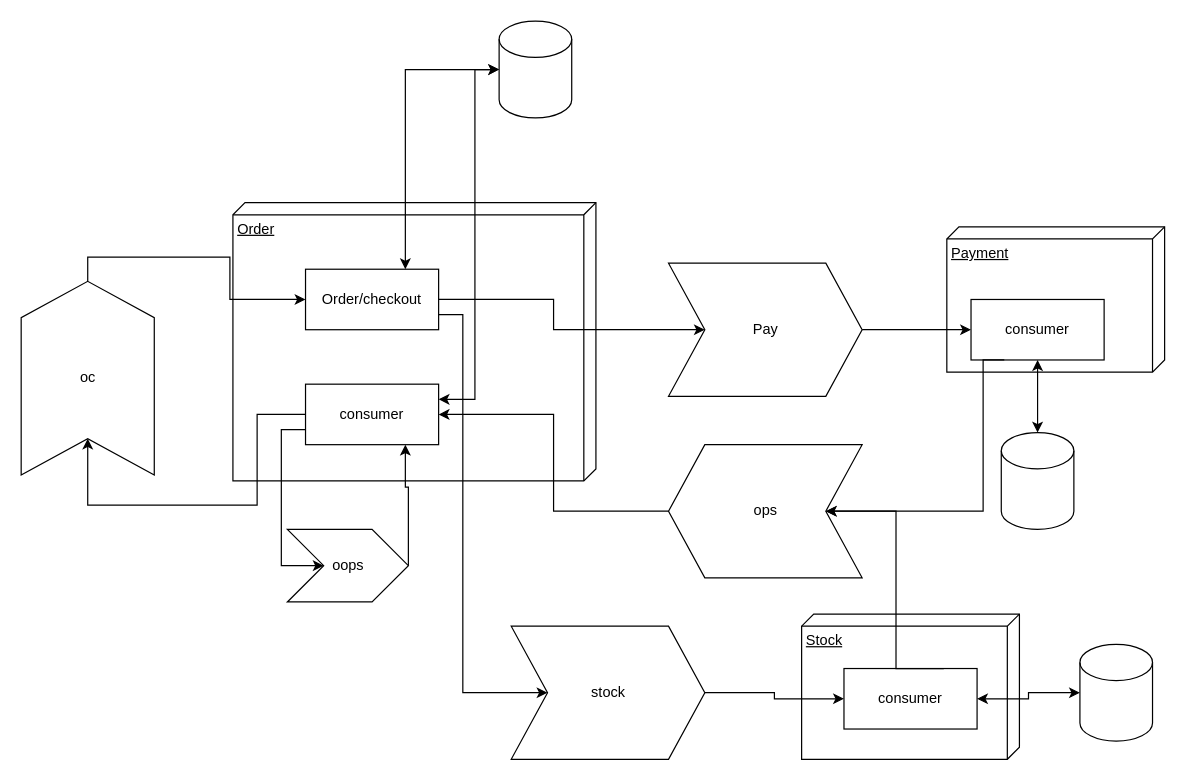
Above: docs/kafka topics.drawio in eexuan99/wdm-project-group-8 (draw.io), before the change. Source tidied: cells renumbered, new cells numbered last; positions are measured from the earlier drawing's top-left corner, leaving out a move shared by most shapes. Both pictures are drawn from the tidied source at 121%, with x=0, y=0 at pixel (21, 21).
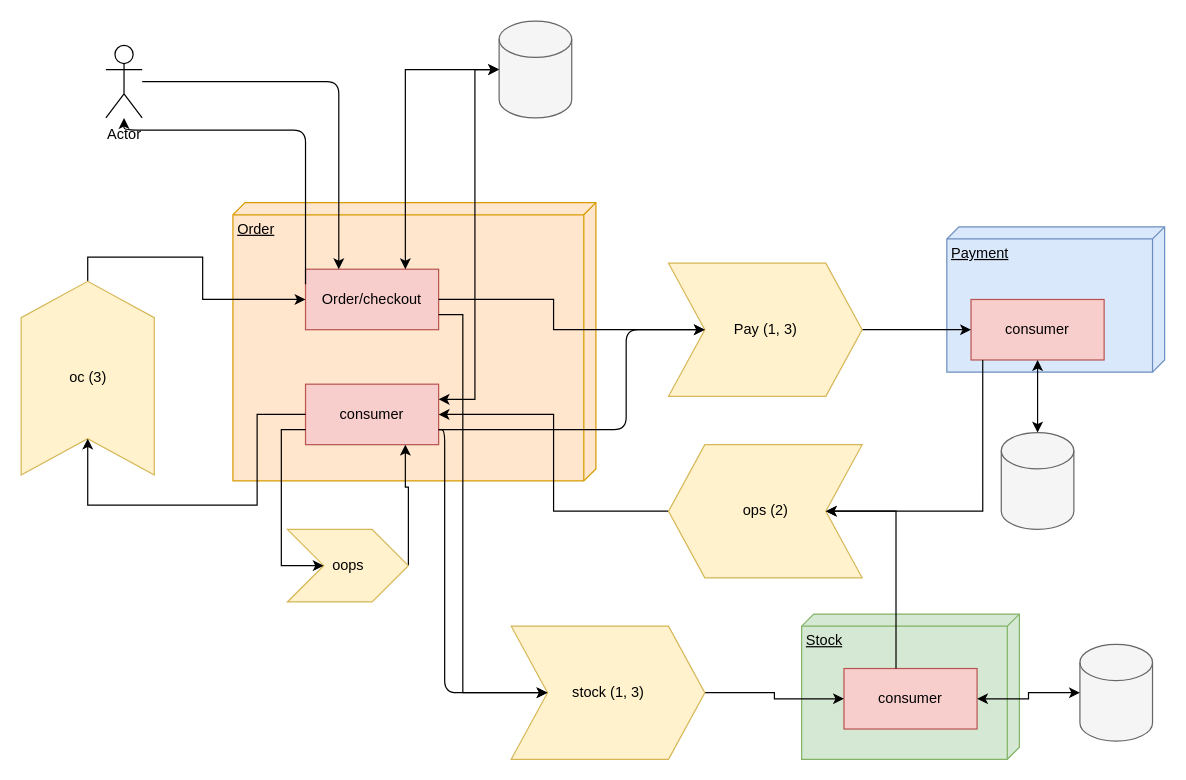
The same page after the edit.

Commit message:
made picture colorful

The change refers to these unchanged cells:
```xml
<mxCell id="2" style="group;" parent="1" vertex="1">
  <mxGeometry x="645" y="490" width="180" height="120" as="geometry" />
</mxCell>
<mxCell id="5" style="group;" parent="1" vertex="1">
  <mxGeometry x="765" y="170" width="180" height="120" as="geometry" />
</mxCell>
<mxCell id="8" style="group;" parent="1" vertex="1">
  <mxGeometry x="175" y="150" width="300" height="230" as="geometry" />
</mxCell>
```

What changed in the source:
```diff
@@
-    <mxCell id="3" value="Stock" style="verticalAlign=top;align=left;spacingTop=8;spacingLeft=2;spacingRight=12;shape=cube;size=10;direction=south;fontStyle=4;html=1;whiteSpace=wrap;" parent="2" vertex="1">
+    <mxCell id="3" value="Stock" style="verticalAlign=top;align=left;spacingTop=8;spacingLeft=2;spacingRight=12;shape=cube;size=10;direction=south;fontStyle=4;html=1;whiteSpace=wrap;fillColor=#d5e8d4;strokeColor=#82b366;" parent="2" vertex="1">
       <mxGeometry width="180" height="120" as="geometry" />
     </mxCell>
-    <mxCell id="4" value="consumer" style="html=1;whiteSpace=wrap;" parent="2" vertex="1">
+    <mxCell id="4" value="consumer" style="html=1;whiteSpace=wrap;fillColor=#f8cecc;strokeColor=#b85450;" parent="2" vertex="1">
       <mxGeometry x="35" y="45" width="110" height="50" as="geometry" />
     </mxCell>
@@
-    <mxCell id="6" value="Payment" style="verticalAlign=top;align=left;spacingTop=8;spacingLeft=2;spacingRight=12;shape=cube;size=10;direction=south;fontStyle=4;html=1;whiteSpace=wrap;" parent="5" vertex="1">
+    <mxCell id="6" value="Payment" style="verticalAlign=top;align=left;spacingTop=8;spacingLeft=2;spacingRight=12;shape=cube;size=10;direction=south;fontStyle=4;html=1;whiteSpace=wrap;fillColor=#dae8fc;strokeColor=#6c8ebf;" parent="5" vertex="1">
       <mxGeometry width="180" height="120" as="geometry" />
     </mxCell>
-    <mxCell id="7" value="consumer" style="html=1;whiteSpace=wrap;" parent="5" vertex="1">
+    <mxCell id="7" value="consumer" style="html=1;whiteSpace=wrap;fillColor=#f8cecc;strokeColor=#b85450;" parent="5" vertex="1">
       <mxGeometry x="20" y="60" width="110" height="50" as="geometry" />
     </mxCell>
@@
-    <mxCell id="9" value="Order" style="verticalAlign=top;align=left;spacingTop=8;spacingLeft=2;spacingRight=12;shape=cube;size=10;direction=south;fontStyle=4;html=1;whiteSpace=wrap;" parent="8" vertex="1">
+    <mxCell id="9" value="Order" style="verticalAlign=top;align=left;spacingTop=8;spacingLeft=2;spacingRight=12;shape=cube;size=10;direction=south;fontStyle=4;html=1;whiteSpace=wrap;fillColor=#ffe6cc;strokeColor=#d79b00;" parent="8" vertex="1">
       <mxGeometry width="300" height="230" as="geometry" />
     </mxCell>
-    <mxCell id="10" value="Order/checkout" style="html=1;whiteSpace=wrap;" parent="8" vertex="1">
+    <mxCell id="10" value="Order/checkout" style="html=1;whiteSpace=wrap;fillColor=#f8cecc;strokeColor=#b85450;" parent="8" vertex="1">
       <mxGeometry x="60" y="55" width="110" height="50" as="geometry" />
     </mxCell>
-    <mxCell id="11" value="consumer" style="html=1;whiteSpace=wrap;" parent="8" vertex="1">
+    <mxCell id="11" value="consumer" style="html=1;whiteSpace=wrap;fillColor=#f8cecc;strokeColor=#b85450;" parent="8" vertex="1">
       <mxGeometry x="60" y="150" width="110" height="50" as="geometry" />
     </mxCell>
@@
-    <mxCell id="13" style="shape=cylinder3;whiteSpace=wrap;html=1;boundedLbl=1;backgroundOutline=1;size=15;" parent="1" vertex="1">
+    <mxCell id="13" style="shape=cylinder3;whiteSpace=wrap;html=1;boundedLbl=1;backgroundOutline=1;size=15;fillColor=#f5f5f5;fontColor=#333333;strokeColor=#666666;" parent="1" vertex="1">
       <mxGeometry x="395" width="60" height="80" as="geometry" />
     </mxCell>
-    <mxCell id="14" style="shape=cylinder3;whiteSpace=wrap;html=1;boundedLbl=1;backgroundOutline=1;size=15;" parent="1" vertex="1">
+    <mxCell id="14" style="shape=cylinder3;whiteSpace=wrap;html=1;boundedLbl=1;backgroundOutline=1;size=15;fillColor=#f5f5f5;fontColor=#333333;strokeColor=#666666;" parent="1" vertex="1">
       <mxGeometry x="875" y="515" width="60" height="80" as="geometry" />
     </mxCell>
@@
-    <mxCell id="16" style="shape=cylinder3;whiteSpace=wrap;html=1;boundedLbl=1;backgroundOutline=1;size=15;" parent="1" vertex="1">
+    <mxCell id="16" style="shape=cylinder3;whiteSpace=wrap;html=1;boundedLbl=1;backgroundOutline=1;size=15;fillColor=#f5f5f5;fontColor=#333333;strokeColor=#666666;" parent="1" vertex="1">
       <mxGeometry x="810" y="340" width="60" height="80" as="geometry" />
     </mxCell>
@@
-    <mxCell id="19" value="Pay" style="html=1;shadow=0;dashed=0;align=center;verticalAlign=middle;shape=mxgraph.arrows2.arrow;dy=0;dx=30;notch=30;" parent="1" vertex="1">
+    <mxCell id="19" value="Pay (1, 3)" style="html=1;shadow=0;dashed=0;align=center;verticalAlign=middle;shape=mxgraph.arrows2.arrow;dy=0;dx=30;notch=30;fillColor=#fff2cc;strokeColor=#d6b656;" parent="1" vertex="1">
       <mxGeometry x="535" y="200" width="160" height="110" as="geometry" />
     </mxCell>
@@
-    <mxCell id="22" value="ops" style="html=1;shadow=0;dashed=0;align=center;verticalAlign=middle;shape=mxgraph.arrows2.arrow;dy=0;dx=30;notch=30;direction=west;" parent="1" vertex="1">
+    <mxCell id="22" value="ops (2)" style="html=1;shadow=0;dashed=0;align=center;verticalAlign=middle;shape=mxgraph.arrows2.arrow;dy=0;dx=30;notch=30;direction=west;fillColor=#fff2cc;strokeColor=#d6b656;" parent="1" vertex="1">
       <mxGeometry x="535" y="350" width="160" height="110" as="geometry" />
     </mxCell>
-    <mxCell id="23" style="edgeStyle=orthogonalEdgeStyle;rounded=0;jettySize=auto;html=1;exitX=0.25;exitY=1;exitDx=0;exitDy=0;entryX=0;entryY=0.5;entryDx=30;entryDy=0;entryPerimeter=0;" parent="1" edge="1" source="7" target="22">
+    <mxCell id="23" style="edgeStyle=orthogonalEdgeStyle;rounded=0;jettySize=auto;html=1;exitX=0.088;exitY=1;exitDx=0;exitDy=0;entryX=0;entryY=0.5;entryDx=30;entryDy=0;entryPerimeter=0;exitPerimeter=0;" parent="1" edge="1" source="7" target="22">
       <mxGeometry relative="1" as="geometry">
         <Array as="points">
-          <mxPoint x="795" y="280" />
           <mxPoint x="795" y="405" />
         </Array>
       </mxGeometry>
     </mxCell>
-    <mxCell id="24" style="edgeStyle=orthogonalEdgeStyle;rounded=0;jettySize=auto;html=1;exitX=0.75;exitY=0;exitDx=0;exitDy=0;entryX=0;entryY=0.5;entryDx=30;entryDy=0;entryPerimeter=0;" parent="1" edge="1" source="4" target="22">
+    <mxCell id="24" style="edgeStyle=orthogonalEdgeStyle;rounded=0;jettySize=auto;html=1;entryX=0;entryY=0.5;entryDx=30;entryDy=0;entryPerimeter=0;" parent="1" edge="1" target="22">
       <mxGeometry relative="1" as="geometry">
+        <mxPoint x="723" y="535" as="sourcePoint" />
         <Array as="points">
           <mxPoint x="723" y="405" />
         </Array>
       </mxGeometry>
     </mxCell>
     <mxCell id="25" style="edgeStyle=orthogonalEdgeStyle;rounded=0;jettySize=auto;html=1;exitX=1;exitY=0.5;exitDx=0;exitDy=0;exitPerimeter=0;entryX=0;entryY=0.5;entryDx=0;entryDy=0;" parent="1" edge="1" source="26" target="10">
-      <mxGeometry relative="1" as="geometry" />
+      <mxGeometry relative="1" as="geometry">
+        <Array as="points">
+          <mxPoint x="55" y="195" />
+          <mxPoint x="150" y="195" />
+          <mxPoint x="150" y="230" />
+        </Array>
+      </mxGeometry>
     </mxCell>
-    <mxCell id="26" value="oc" style="html=1;shadow=0;dashed=0;align=center;verticalAlign=middle;shape=mxgraph.arrows2.arrow;dy=0;dx=30;notch=30;direction=north;" parent="1" vertex="1">
+    <mxCell id="26" value="oc (3)" style="html=1;shadow=0;dashed=0;align=center;verticalAlign=middle;shape=mxgraph.arrows2.arrow;dy=0;dx=30;notch=30;direction=north;fillColor=#fff2cc;strokeColor=#d6b656;" parent="1" vertex="1">
       <mxGeometry y="215" width="110" height="160" as="geometry" />
     </mxCell>
@@
-    <mxCell id="28" value="stock" style="html=1;shadow=0;dashed=0;align=center;verticalAlign=middle;shape=mxgraph.arrows2.arrow;dy=0;dx=30;notch=30;direction=east;" parent="1" vertex="1">
+    <mxCell id="28" value="stock (1, 3)" style="html=1;shadow=0;dashed=0;align=center;verticalAlign=middle;shape=mxgraph.arrows2.arrow;dy=0;dx=30;notch=30;direction=east;fillColor=#fff2cc;strokeColor=#d6b656;" parent="1" vertex="1">
       <mxGeometry x="405" y="500" width="160" height="110" as="geometry" />
     </mxCell>
@@
-    <mxCell id="33" value="oops" style="html=1;shadow=0;dashed=0;align=center;verticalAlign=middle;shape=mxgraph.arrows2.arrow;dy=0;dx=30;notch=30;" parent="1" vertex="1">
+    <mxCell id="33" value="oops" style="html=1;shadow=0;dashed=0;align=center;verticalAlign=middle;shape=mxgraph.arrows2.arrow;dy=0;dx=30;notch=30;fillColor=#fff2cc;strokeColor=#d6b656;" parent="1" vertex="1">
       <mxGeometry x="220" y="420" width="100" height="60" as="geometry" />
     </mxCell>
@@
+    <mxCell id="35" style="edgeStyle=orthogonalEdgeStyle;html=1;exitX=1;exitY=0.75;exitDx=0;exitDy=0;entryX=0;entryY=0.5;entryDx=30;entryDy=0;entryPerimeter=0;" parent="1" edge="1" source="11" target="19">
+      <mxGeometry relative="1" as="geometry">
+        <Array as="points">
+          <mxPoint x="500" y="338" />
+          <mxPoint x="500" y="255" />
+        </Array>
+      </mxGeometry>
+    </mxCell>
+    <mxCell id="36" style="edgeStyle=orthogonalEdgeStyle;html=1;exitX=1;exitY=0.75;exitDx=0;exitDy=0;entryX=0;entryY=0.5;entryDx=30;entryDy=0;entryPerimeter=0;" parent="1" edge="1" source="11" target="28">
+      <mxGeometry relative="1" as="geometry">
+        <Array as="points">
+          <mxPoint x="350" y="338" />
+          <mxPoint x="350" y="555" />
+        </Array>
+      </mxGeometry>
+    </mxCell>
+    <mxCell id="37" style="edgeStyle=orthogonalEdgeStyle;html=1;entryX=0.25;entryY=0;entryDx=0;entryDy=0;" parent="1" edge="1" source="38" target="10">
+      <mxGeometry relative="1" as="geometry" />
+    </mxCell>
+    <mxCell id="38" value="Actor" style="shape=umlActor;verticalLabelPosition=bottom;verticalAlign=top;html=1;outlineConnect=0;" parent="1" vertex="1">
+      <mxGeometry x="70" y="20" width="30" height="60" as="geometry" />
+    </mxCell>
+    <mxCell id="39" style="edgeStyle=orthogonalEdgeStyle;html=1;exitX=0;exitY=0.25;exitDx=0;exitDy=0;" parent="1" edge="1" source="10" target="38">
+      <mxGeometry relative="1" as="geometry">
+        <Array as="points">
+          <mxPoint x="235" y="90" />
+          <mxPoint x="85" y="90" />
+        </Array>
+      </mxGeometry>
+    </mxCell>
```
